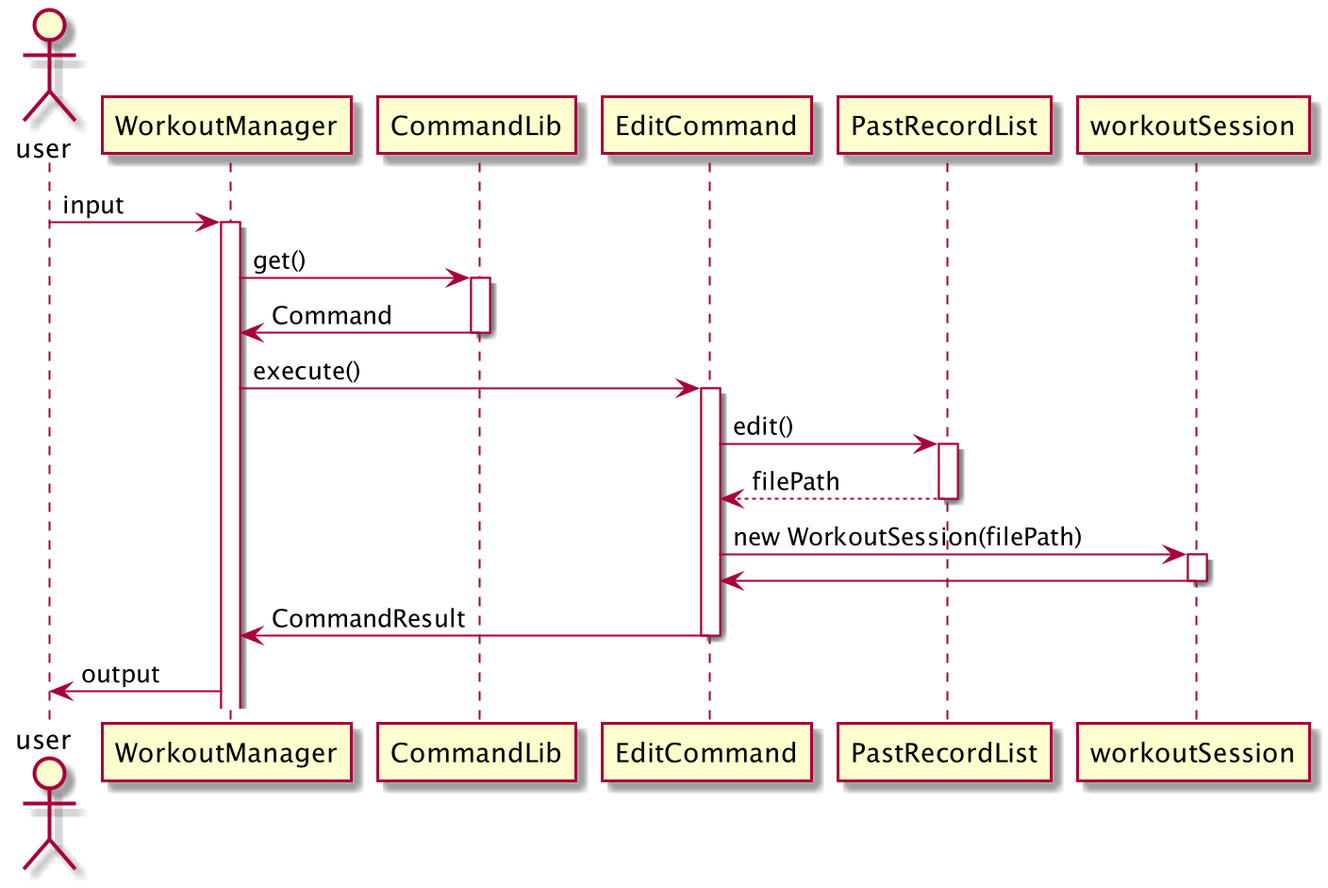
Earlier version of the PlantUML export docs/pictures/zesong/EditWS.png (zsk612/tp).
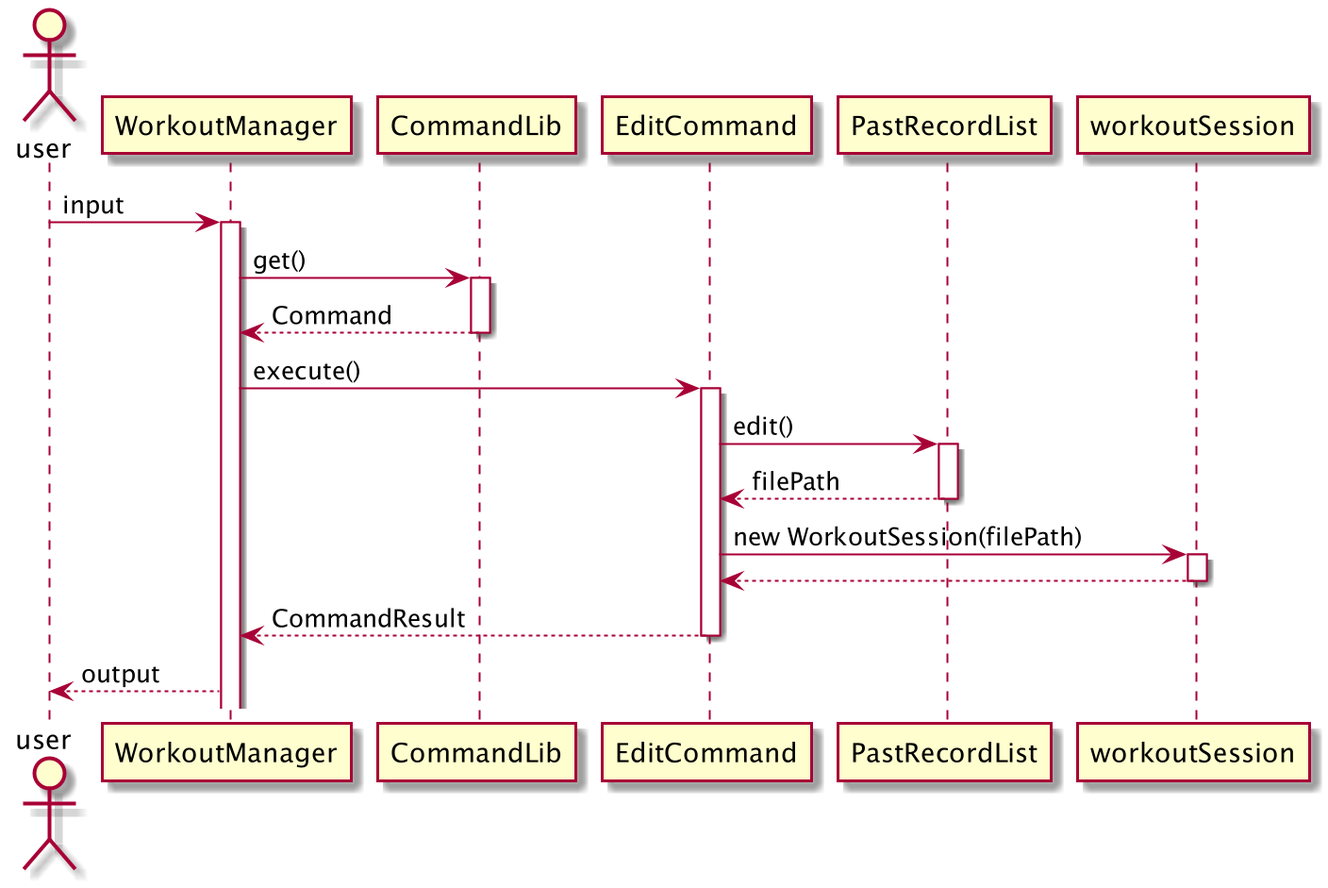
After the commit.

Diff of the diagram source:
```diff
@@ -5,7 +5,7 @@
 
 WorkoutManager -> CommandLib : get()
 activate CommandLib
-CommandLib -> WorkoutManager : Command
+CommandLib --> WorkoutManager : Command
 deactivate CommandLib
 
 WorkoutManager -> EditCommand : execute()
@@ -19,12 +19,12 @@
 EditCommand -> workoutSession : new WorkoutSession(filePath)
 activate workoutSession
 
-workoutSession -> EditCommand
+workoutSession --> EditCommand
 deactivate workoutSession
 
-EditCommand -> WorkoutManager : CommandResult
+EditCommand --> WorkoutManager : CommandResult
 deactivate EditCommand
 
-WorkoutManager ->  user : output
+WorkoutManager -->  user : output
 
 @enduml
```
